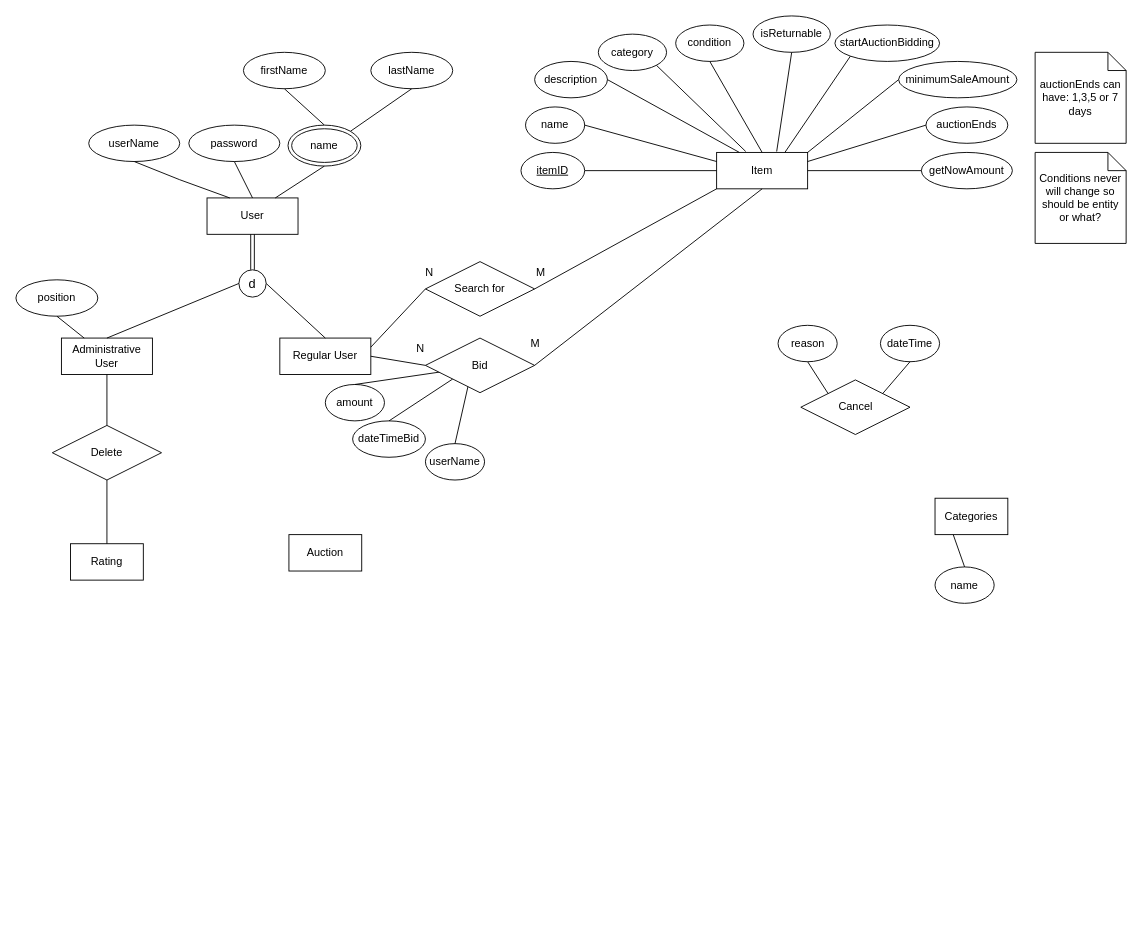
jobanyv9/6400_DatbaseDesign keeps this draw.io diagram as EER-Diagram.drawio. Above is the earlier version. Source tidied: cells renumbered, new cells numbered last; positions are measured from the earlier drawing's top-left corner, leaving out a move shared by most shapes. Both pictures are drawn from the tidied source at 91%, with x=0, y=0 at pixel (15, 15).
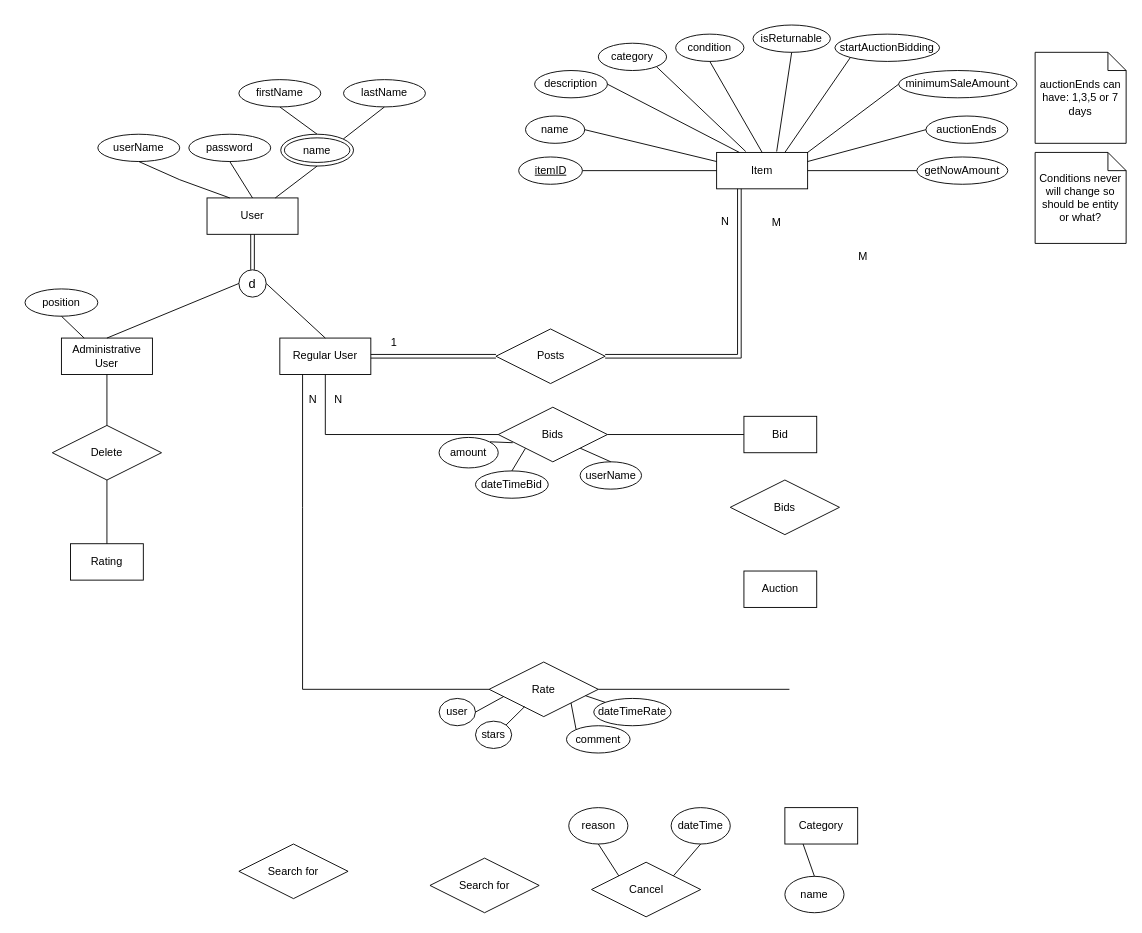
Above is the later version.

Unchanged cells that the change refers to:
```xml
<mxCell id="4" value="Regular User" style="whiteSpace=wrap;html=1;align=center;" parent="1" vertex="1">
  <mxGeometry x="290" y="354" width="100" height="40" as="geometry" />
</mxCell>
<mxCell id="5" value="Item" style="whiteSpace=wrap;html=1;align=center;" parent="1" vertex="1">
  <mxGeometry x="770" y="150" width="100" height="40" as="geometry" />
</mxCell>
```

Diff of the diagram source:
```diff
@@
     <mxCell id="9" value="userName" style="ellipse;whiteSpace=wrap;html=1;align=center;" parent="1" vertex="1">
-      <mxGeometry x="80" y="120" width="100" height="40" as="geometry" />
+      <mxGeometry x="90" y="130" width="90" height="30" as="geometry" />
     </mxCell>
     <mxCell id="10" value="password" style="ellipse;whiteSpace=wrap;html=1;align=center;" parent="1" vertex="1">
-      <mxGeometry x="190" y="120" width="100" height="40" as="geometry" />
+      <mxGeometry x="190" y="130" width="90" height="30" as="geometry" />
     </mxCell>
     <mxCell id="11" value="lastName" style="ellipse;whiteSpace=wrap;html=1;align=center;" parent="1" vertex="1">
-      <mxGeometry x="390" y="40" width="90" height="40" as="geometry" />
+      <mxGeometry x="360" y="70" width="90" height="30" as="geometry" />
     </mxCell>
@@
     <mxCell id="14" value="position" style="ellipse;whiteSpace=wrap;html=1;align=center;" parent="1" vertex="1">
-      <mxGeometry y="290" width="90" height="40" as="geometry" />
+      <mxGeometry x="10" y="300" width="80" height="30" as="geometry" />
     </mxCell>
@@
     <mxCell id="16" value="name" style="ellipse;whiteSpace=wrap;html=1;align=center;" parent="1" vertex="1">
-      <mxGeometry x="560" y="100" width="65" height="40" as="geometry" />
+      <mxGeometry x="560" y="110" width="65" height="30" as="geometry" />
     </mxCell>
     <mxCell id="17" value="description" style="ellipse;whiteSpace=wrap;html=1;align=center;" parent="1" vertex="1">
-      <mxGeometry x="570" y="50" width="80" height="40" as="geometry" />
+      <mxGeometry x="570" y="60" width="80" height="30" as="geometry" />
     </mxCell>
     <mxCell id="18" value="category" style="ellipse;whiteSpace=wrap;html=1;align=center;" parent="1" vertex="1">
-      <mxGeometry x="640" y="20" width="75" height="40" as="geometry" />
+      <mxGeometry x="640" y="30" width="75" height="30" as="geometry" />
     </mxCell>
     <mxCell id="19" value="condition" style="ellipse;whiteSpace=wrap;html=1;align=center;" parent="1" vertex="1">
-      <mxGeometry x="725" y="10" width="75" height="40" as="geometry" />
+      <mxGeometry x="725" y="20" width="75" height="30" as="geometry" />
     </mxCell>
@@
     <mxCell id="24" value="firstName" style="ellipse;whiteSpace=wrap;html=1;align=center;" parent="1" vertex="1">
-      <mxGeometry x="250" y="40" width="90" height="40" as="geometry" />
+      <mxGeometry x="245" y="70" width="90" height="30" as="geometry" />
     </mxCell>
@@
     <mxCell id="27" value="name" style="ellipse;shape=doubleEllipse;whiteSpace=wrap;html=1;" parent="1" vertex="1">
-      <mxGeometry x="299" y="120" width="80" height="45" as="geometry" />
+      <mxGeometry x="291" y="130" width="80" height="35" as="geometry" />
     </mxCell>
@@
     <mxCell id="31" value="isReturnable" style="ellipse;whiteSpace=wrap;html=1;align=center;" parent="1" vertex="1">
-      <mxGeometry x="810" width="85" height="40" as="geometry" />
+      <mxGeometry x="810" y="10" width="85" height="30" as="geometry" />
     </mxCell>
@@
-    <mxCell id="33" value="Categories" style="whiteSpace=wrap;html=1;align=center;" parent="1" vertex="1">
-      <mxGeometry x="1010" y="530" width="80" height="40" as="geometry" />
+    <mxCell id="33" value="Category" style="whiteSpace=wrap;html=1;align=center;" parent="1" vertex="1">
+      <mxGeometry x="845" y="870" width="80" height="40" as="geometry" />
     </mxCell>
     <mxCell id="34" value="name" style="ellipse;whiteSpace=wrap;html=1;align=center;" parent="1" vertex="1">
-      <mxGeometry x="1010" y="605.5" width="65" height="40" as="geometry" />
+      <mxGeometry x="845" y="945.5" width="65" height="40" as="geometry" />
     </mxCell>
@@
     <mxCell id="37" value="startAuctionBidding" style="ellipse;whiteSpace=wrap;html=1;align=center;" parent="1" vertex="1">
-      <mxGeometry x="900" y="10" width="115" height="40" as="geometry" />
+      <mxGeometry x="900" y="20" width="115" height="30" as="geometry" />
     </mxCell>
@@
     <mxCell id="39" value="minimumSaleAmount" style="ellipse;whiteSpace=wrap;html=1;align=center;" parent="1" vertex="1">
-      <mxGeometry x="970" y="50" width="130" height="40" as="geometry" />
+      <mxGeometry x="970" y="60" width="130" height="30" as="geometry" />
     </mxCell>
@@
     <mxCell id="41" value="auctionEnds" style="ellipse;whiteSpace=wrap;html=1;align=center;" parent="1" vertex="1">
-      <mxGeometry x="1000" y="100" width="90" height="40" as="geometry" />
+      <mxGeometry x="1000" y="110" width="90" height="30" as="geometry" />
     </mxCell>
@@
     <mxCell id="43" value="getNowAmount" style="ellipse;whiteSpace=wrap;html=1;align=center;" parent="1" vertex="1">
-      <mxGeometry x="995" y="150" width="100" height="40" as="geometry" />
+      <mxGeometry x="990" y="155" width="100" height="30" as="geometry" />
     </mxCell>
@@
     <mxCell id="47" value="Search for" style="shape=rhombus;perimeter=rhombusPerimeter;whiteSpace=wrap;html=1;align=center;" parent="1" vertex="1">
-      <mxGeometry x="450" y="270" width="120" height="60" as="geometry" />
+      <mxGeometry x="455" y="925.5" width="120" height="60" as="geometry" />
     </mxCell>
-    <mxCell id="48" style="endArrow=none;html=1;rounded=0;exitX=1;exitY=0.25;exitDx=0;exitDy=0;entryX=0;entryY=0.5;entryDx=0;entryDy=0;" parent="1" edge="1" source="4" target="47">
-      <mxGeometry relative="1" as="geometry" />
-    </mxCell>
-    <mxCell id="49" style="html=1;whiteSpace=wrap;align=left;verticalAlign=bottom;" parent="48" vertex="1">
-      <mxGeometry x="-1" relative="1" as="geometry" />
-    </mxCell>
-    <mxCell id="50" value="N" style="html=1;whiteSpace=wrap;align=right;verticalAlign=bottom;" parent="48" vertex="1">
-      <mxGeometry x="1" relative="1" as="geometry">
-        <mxPoint x="10" y="-10" as="offset" />
-      </mxGeometry>
-    </mxCell>
-    <mxCell id="51" style="endArrow=none;html=1;rounded=0;exitX=1;exitY=0.5;exitDx=0;exitDy=0;entryX=0;entryY=1;entryDx=0;entryDy=0;" parent="1" edge="1" source="47" target="5">
-      <mxGeometry relative="1" as="geometry" />
-    </mxCell>
-    <mxCell id="52" value="M" style="html=1;whiteSpace=wrap;align=left;verticalAlign=bottom;" parent="51" vertex="1">
-      <mxGeometry x="-1" relative="1" as="geometry">
-        <mxPoint y="-10" as="offset" />
-      </mxGeometry>
-    </mxCell>
-    <mxCell id="53" style="html=1;whiteSpace=wrap;align=right;verticalAlign=bottom;" parent="51" vertex="1">
-      <mxGeometry x="1" relative="1" as="geometry" />
-    </mxCell>
     <mxCell id="54" value="amount" style="ellipse;whiteSpace=wrap;html=1;align=center;" parent="1" vertex="1">
-      <mxGeometry x="340" y="405" width="65" height="40" as="geometry" />
+      <mxGeometry x="465" y="463.2" width="65" height="33.5" as="geometry" />
     </mxCell>
-    <mxCell id="55" style="endArrow=none;html=1;rounded=0;entryX=0.15;entryY=0.617;entryDx=0;entryDy=0;exitX=0.5;exitY=0;exitDx=0;exitDy=0;entryPerimeter=0;" parent="1" edge="1" source="54" target="71">
-      <mxGeometry relative="1" as="geometry" />
+    <mxCell id="55" style="endArrow=none;html=1;rounded=0;entryX=0.133;entryY=0.65;entryDx=0;entryDy=0;entryPerimeter=0;" parent="1" edge="1" target="71">
+      <mxGeometry relative="1" as="geometry">
+        <mxPoint x="521" y="468" as="sourcePoint" />
+      </mxGeometry>
     </mxCell>
     <mxCell id="56" value="dateTimeBid" style="ellipse;whiteSpace=wrap;html=1;align=center;" parent="1" vertex="1">
-      <mxGeometry x="370" y="445" width="80" height="40" as="geometry" />
+      <mxGeometry x="505" y="500" width="80" height="30" as="geometry" />
     </mxCell>
     <mxCell id="57" value="userName" style="ellipse;whiteSpace=wrap;html=1;align=center;" parent="1" vertex="1">
-      <mxGeometry x="450" y="470" width="65" height="40" as="geometry" />
+      <mxGeometry x="620" y="490" width="67.5" height="30" as="geometry" />
     </mxCell>
     <mxCell id="58" value="itemID" style="ellipse;whiteSpace=wrap;html=1;align=center;fontStyle=4;" parent="1" vertex="1">
-      <mxGeometry x="555" y="150" width="70" height="40" as="geometry" />
+      <mxGeometry x="552.5" y="155" width="70" height="30" as="geometry" />
     </mxCell>
@@
-    <mxCell id="60" style="endArrow=none;html=1;rounded=0;exitX=0.5;exitY=0;exitDx=0;exitDy=0;entryX=0.392;entryY=0.867;entryDx=0;entryDy=0;entryPerimeter=0;" parent="1" edge="1" source="57" target="71">
+    <mxCell id="60" style="endArrow=none;html=1;rounded=0;exitX=0.5;exitY=0;exitDx=0;exitDy=0;entryX=1;entryY=1;entryDx=0;entryDy=0;" parent="1" edge="1" source="57" target="71">
       <mxGeometry relative="1" as="geometry" />
     </mxCell>
@@
     <mxCell id="62" value="Cancel" style="shape=rhombus;perimeter=rhombusPerimeter;whiteSpace=wrap;html=1;align=center;" parent="1" vertex="1">
-      <mxGeometry x="862.5" y="400" width="120" height="60" as="geometry" />
+      <mxGeometry x="632.5" y="930" width="120" height="60" as="geometry" />
     </mxCell>
     <mxCell id="63" value="reason" style="ellipse;whiteSpace=wrap;html=1;align=center;" parent="1" vertex="1">
-      <mxGeometry x="837.5" y="340" width="65" height="40" as="geometry" />
+      <mxGeometry x="607.5" y="870" width="65" height="40" as="geometry" />
     </mxCell>
     <mxCell id="64" value="dateTime" style="ellipse;whiteSpace=wrap;html=1;align=center;" parent="1" vertex="1">
-      <mxGeometry x="950" y="340" width="65" height="40" as="geometry" />
+      <mxGeometry x="720" y="870" width="65" height="40" as="geometry" />
     </mxCell>
@@
     <mxCell id="70" value="Auction" style="whiteSpace=wrap;html=1;align=center;" parent="1" vertex="1">
-      <mxGeometry x="300" y="570" width="80" height="40" as="geometry" />
+      <mxGeometry x="800" y="610" width="80" height="40" as="geometry" />
     </mxCell>
-    <mxCell id="71" value="Bid" style="shape=rhombus;perimeter=rhombusPerimeter;whiteSpace=wrap;html=1;align=center;" parent="1" vertex="1">
-      <mxGeometry x="450" y="354" width="120" height="60" as="geometry" />
+    <mxCell id="71" value="Bids" style="shape=rhombus;perimeter=rhombusPerimeter;whiteSpace=wrap;html=1;align=center;" parent="1" vertex="1">
+      <mxGeometry x="530" y="430" width="120" height="60" as="geometry" />
     </mxCell>
@@
     <mxCell id="73" value="M" style="html=1;whiteSpace=wrap;align=left;verticalAlign=bottom;" parent="1" vertex="1">
-      <mxGeometry x="570" y="374" as="geometry">
+      <mxGeometry x="930" y="279" as="geometry">
         <mxPoint x="-6" y="-6" as="offset" />
       </mxGeometry>
     </mxCell>
-    <mxCell id="74" style="endArrow=none;html=1;rounded=0;exitX=1;exitY=0.5;exitDx=0;exitDy=0;entryX=0;entryY=0.5;entryDx=0;entryDy=0;" parent="1" edge="1" source="4" target="71">
-      <mxGeometry relative="1" as="geometry" />
+    <mxCell id="74" style="endArrow=none;html=1;rounded=0;exitX=0.5;exitY=1;exitDx=0;exitDy=0;entryX=0;entryY=0.5;entryDx=0;entryDy=0;" parent="1" edge="1" source="4" target="71">
+      <mxGeometry relative="1" as="geometry">
+        <Array as="points">
+          <mxPoint x="340" y="460" />
+        </Array>
+      </mxGeometry>
     </mxCell>
@@
     <mxCell id="76" value="N" style="html=1;whiteSpace=wrap;align=right;verticalAlign=bottom;" parent="74" vertex="1">
       <mxGeometry x="1" relative="1" as="geometry">
-        <mxPoint y="-10" as="offset" />
+        <mxPoint x="-170" y="-30" as="offset" />
       </mxGeometry>
     </mxCell>
-    <mxCell id="77" style="endArrow=none;html=1;rounded=0;exitX=1;exitY=0.5;exitDx=0;exitDy=0;entryX=0.5;entryY=1;entryDx=0;entryDy=0;" parent="1" edge="1" source="71" target="5">
-      <mxGeometry relative="1" as="geometry" />
+    <mxCell id="77" style="endArrow=none;html=1;rounded=0;exitX=1;exitY=0.5;exitDx=0;exitDy=0;" parent="1" edge="1" source="71">
+      <mxGeometry relative="1" as="geometry">
+        <mxPoint x="800" y="460" as="targetPoint" />
+      </mxGeometry>
     </mxCell>
@@
+    <mxCell id="79" value="Posts" style="shape=rhombus;perimeter=rhombusPerimeter;whiteSpace=wrap;html=1;align=center;" parent="1" vertex="1">
+      <mxGeometry x="527.5" y="344" width="120" height="60" as="geometry" />
+    </mxCell>
+    <mxCell id="80" style="shape=link;html=1;rounded=0;entryX=0;entryY=0.5;entryDx=0;entryDy=0;" parent="1" edge="1" target="79">
+      <mxGeometry relative="1" as="geometry">
+        <mxPoint x="390" y="374" as="sourcePoint" />
+      </mxGeometry>
+    </mxCell>
+    <mxCell id="81" value="1" style="html=1;whiteSpace=wrap;align=right;verticalAlign=bottom;" parent="80" vertex="1">
+      <mxGeometry x="1" relative="1" as="geometry">
+        <mxPoint x="-108" y="-7" as="offset" />
+      </mxGeometry>
+    </mxCell>
+    <mxCell id="82" value="N" style="html=1;whiteSpace=wrap;align=right;verticalAlign=bottom;" parent="1" vertex="1">
+      <mxGeometry x="360" y="369.6" as="geometry">
+        <mxPoint x="425" y="-136" as="offset" />
+      </mxGeometry>
+    </mxCell>
+    <mxCell id="83" style="shape=link;html=1;rounded=0;exitX=1;exitY=0.5;exitDx=0;exitDy=0;entryX=0.25;entryY=1;entryDx=0;entryDy=0;width=-4;" parent="1" edge="1" source="79" target="5">
+      <mxGeometry relative="1" as="geometry">
+        <Array as="points">
+          <mxPoint x="795" y="374" />
+        </Array>
+      </mxGeometry>
+    </mxCell>
+    <mxCell id="84" value="Rate" style="shape=rhombus;perimeter=rhombusPerimeter;whiteSpace=wrap;html=1;align=center;" parent="1" vertex="1">
+      <mxGeometry x="520" y="710" width="120" height="60" as="geometry" />
+    </mxCell>
+    <mxCell id="85" style="endArrow=none;html=1;rounded=0;entryX=0;entryY=0.5;entryDx=0;entryDy=0;exitX=0.25;exitY=1;exitDx=0;exitDy=0;" parent="1" edge="1" source="4" target="84">
+      <mxGeometry relative="1" as="geometry">
+        <Array as="points">
+          <mxPoint x="315" y="540" />
+          <mxPoint x="315" y="740" />
+        </Array>
+      </mxGeometry>
+    </mxCell>
+    <mxCell id="86" style="endArrow=none;html=1;rounded=0;exitX=1;exitY=0.5;exitDx=0;exitDy=0;" parent="1" edge="1" source="84">
+      <mxGeometry relative="1" as="geometry">
+        <mxPoint x="850" y="740" as="targetPoint" />
+        <Array as="points">
+          <mxPoint x="850" y="740" />
+        </Array>
+      </mxGeometry>
+    </mxCell>
+    <mxCell id="52" value="M" style="html=1;whiteSpace=wrap;align=left;verticalAlign=bottom;" parent="1" vertex="1">
+      <mxGeometry x="835" y="241" as="geometry">
+        <mxPoint x="-6" y="-6" as="offset" />
+      </mxGeometry>
+    </mxCell>
+    <mxCell id="87" value="N" style="html=1;whiteSpace=wrap;align=right;verticalAlign=bottom;" parent="1" vertex="1">
+      <mxGeometry x="435" y="375.6" as="geometry">
+        <mxPoint x="-103" y="54" as="offset" />
+      </mxGeometry>
+    </mxCell>
+    <mxCell id="88" value="user" style="ellipse;whiteSpace=wrap;html=1;align=center;" parent="1" vertex="1">
+      <mxGeometry x="465" y="750" width="40" height="30" as="geometry" />
+    </mxCell>
+    <mxCell id="89" value="stars" style="ellipse;whiteSpace=wrap;html=1;align=center;" parent="1" vertex="1">
+      <mxGeometry x="505" y="775" width="39.8" height="30" as="geometry" />
+    </mxCell>
+    <mxCell id="90" value="comment" style="ellipse;whiteSpace=wrap;html=1;align=center;" parent="1" vertex="1">
+      <mxGeometry x="605" y="780" width="69.9" height="30" as="geometry" />
+    </mxCell>
+    <mxCell id="91" value="dateTimeRate" style="ellipse;whiteSpace=wrap;html=1;align=center;" parent="1" vertex="1">
+      <mxGeometry x="635" y="750" width="84.9" height="30" as="geometry" />
+    </mxCell>
+    <mxCell id="92" style="endArrow=none;html=1;rounded=0;entryX=0.133;entryY=0.633;entryDx=0;entryDy=0;entryPerimeter=0;exitX=1;exitY=0.5;exitDx=0;exitDy=0;" parent="1" edge="1" source="88" target="84">
+      <mxGeometry relative="1" as="geometry" />
+    </mxCell>
+    <mxCell id="93" style="endArrow=none;html=1;rounded=0;entryX=0.325;entryY=0.817;entryDx=0;entryDy=0;entryPerimeter=0;exitX=1;exitY=0;exitDx=0;exitDy=0;" parent="1" edge="1" source="89" target="84">
+      <mxGeometry relative="1" as="geometry" />
+    </mxCell>
+    <mxCell id="94" style="endArrow=none;html=1;rounded=0;entryX=1;entryY=1;entryDx=0;entryDy=0;exitX=0;exitY=0;exitDx=0;exitDy=0;" parent="1" edge="1" source="90" target="84">
+      <mxGeometry relative="1" as="geometry" />
+    </mxCell>
+    <mxCell id="95" style="endArrow=none;html=1;rounded=0;entryX=0.883;entryY=0.617;entryDx=0;entryDy=0;entryPerimeter=0;exitX=0;exitY=0;exitDx=0;exitDy=0;" parent="1" edge="1" source="91" target="84">
+      <mxGeometry relative="1" as="geometry" />
+    </mxCell>
+    <mxCell id="96" value="Search for" style="shape=rhombus;perimeter=rhombusPerimeter;whiteSpace=wrap;html=1;align=center;" parent="1" vertex="1">
+      <mxGeometry x="245" y="910" width="120" height="60" as="geometry" />
+    </mxCell>
+    <mxCell id="97" value="Bid" style="whiteSpace=wrap;html=1;align=center;" parent="1" vertex="1">
+      <mxGeometry x="800" y="440" width="80" height="40" as="geometry" />
+    </mxCell>
+    <mxCell id="98" value="Bids" style="shape=rhombus;perimeter=rhombusPerimeter;whiteSpace=wrap;html=1;align=center;" parent="1" vertex="1">
+      <mxGeometry x="785" y="510" width="120" height="60" as="geometry" />
+    </mxCell>
```
